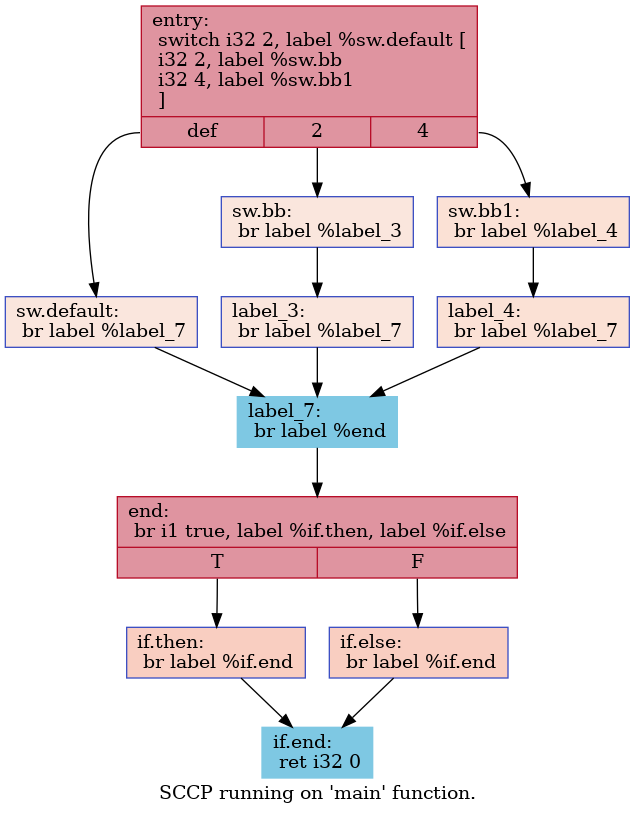
HPSSA-LLVM/HPSSA-LLVM keeps this Graphviz diagram as IR/cfg/SCCP_BASELINE.dot.png. Above is the earlier version. Its source is kept beside it as IR/cfg/SCCP_BASELINE.dot.
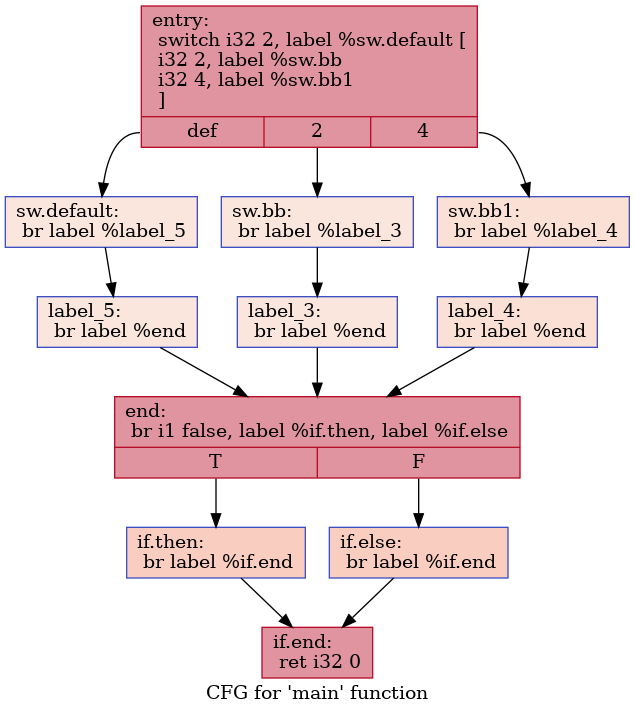
After the commit.

Diff of the diagram source:
```diff
@@ -1,28 +1,28 @@
 digraph "CFG for 'main' function" {
-	label="SCCP running on 'main' function.";
+	label="CFG for 'main' function";
 
-	Node0x558a4c31d6e0 [shape=record,color="#b70d28ff", style=filled, fillcolor="#b70d2870",label="{entry:\l  switch i32 2, label %sw.default [\l    i32 2, label %sw.bb\l    i32 4, label %sw.bb1\l  ]\l|{<s0>def|<s1>2|<s2>4}}"];
-	Node0x558a4c31d6e0:s0 -> Node0x558a4c31d810;
-	Node0x558a4c31d6e0:s1 -> Node0x558a4c31d890;
-	Node0x558a4c31d6e0:s2 -> Node0x558a4c31d930;
-	Node0x558a4c31d890 [shape=record,color="#3d50c3ff", style=filled, fillcolor="#f3c7b170",label="{sw.bb:                                            \l  br label %label_3\l}"];
-	Node0x558a4c31d890 -> Node0x558a4c31dac0;
-	Node0x558a4c31d930 [shape=record,color="#3d50c3ff", style=filled, fillcolor="#f7bca170",label="{sw.bb1:                                           \l  br label %label_4\l}"];
-	Node0x558a4c31d930 -> Node0x558a4c31dba0;
-	Node0x558a4c31d810 [shape=record,color="#3d50c3ff", style=filled, fillcolor="#f3c7b170",label="{sw.default:                                       \l  br label %label_7\l}"];
-	Node0x558a4c31d810 -> Node0x558a4c31dc80;
-	Node0x558a4c31dac0 [shape=record,color="#3d50c3ff", style=filled, fillcolor="#f3c7b170",label="{label_3:                                          \l  br label %label_7\l}"];
-	Node0x558a4c31dac0 -> Node0x558a4c31dc80;
-	Node0x558a4c31dba0 [shape=record,color="#3d50c3ff", style=filled, fillcolor="#f7bca170",label="{label_4:                                          \l  br label %label_7\l}"];
-	Node0x558a4c31dba0 -> Node0x558a4c31dc80;
-	Node0x558a4c31dc80 [shape=record,color="#7EC8E3", style=filled, fillcolor="#7EC8E3",label="{label_7:                                          \l  br label %end\l}"];
-	Node0x558a4c31dc80 -> Node0x558a4c31de40;
-	Node0x558a4c31de40 [shape=record,color="#b70d28ff", style=filled, fillcolor="#b70d2870",label="{end:                                              \l  br i1 true, label %if.then, label %if.else\l|{<s0>T|<s1>F}}"];
-	Node0x558a4c31de40:s0 -> Node0x558a4c31df50;
-	Node0x558a4c31de40:s1 -> Node0x558a4c31dfc0;
-	Node0x558a4c31df50 [shape=record,color="#3d50c3ff", style=filled, fillcolor="#f2907270",label="{if.then:                                          \l  br label %if.end\l}"];
-	Node0x558a4c31df50 -> Node0x558a4c31e0e0;
-	Node0x558a4c31dfc0 [shape=record,color="#3d50c3ff", style=filled, fillcolor="#f2907270",label="{if.else:                                          \l  br label %if.end\l}"];
-	Node0x558a4c31dfc0 -> Node0x558a4c31e0e0;
-	Node0x558a4c31e0e0 [shape=record,color="#7EC8E3", style=filled, fillcolor="#7EC8E3",label="{if.end:                                           \l  ret i32 0\l}"];
+	Node0x5590b6a9e6e0 [shape=record,color="#b70d28ff", style=filled, fillcolor="#b70d2870",label="{entry:\l  switch i32 2, label %sw.default [\l    i32 2, label %sw.bb\l    i32 4, label %sw.bb1\l  ]\l|{<s0>def|<s1>2|<s2>4}}"];
+	Node0x5590b6a9e6e0:s0 -> Node0x5590b6a9e810;
+	Node0x5590b6a9e6e0:s1 -> Node0x5590b6a9e890;
+	Node0x5590b6a9e6e0:s2 -> Node0x5590b6a9e930;
+	Node0x5590b6a9e890 [shape=record,color="#3d50c3ff", style=filled, fillcolor="#f3c7b170",label="{sw.bb:                                            \l  br label %label_3\l}"];
+	Node0x5590b6a9e890 -> Node0x5590b6a9eac0;
+	Node0x5590b6a9e930 [shape=record,color="#3d50c3ff", style=filled, fillcolor="#f7bca170",label="{sw.bb1:                                           \l  br label %label_4\l}"];
+	Node0x5590b6a9e930 -> Node0x5590b6a9eba0;
+	Node0x5590b6a9e810 [shape=record,color="#3d50c3ff", style=filled, fillcolor="#f3c7b170",label="{sw.default:                                       \l  br label %label_5\l}"];
+	Node0x5590b6a9e810 -> Node0x5590b6a9ec80;
+	Node0x5590b6a9eac0 [shape=record,color="#3d50c3ff", style=filled, fillcolor="#f3c7b170",label="{label_3:                                          \l  br label %end\l}"];
+	Node0x5590b6a9eac0 -> Node0x5590b6a9ed60;
+	Node0x5590b6a9eba0 [shape=record,color="#3d50c3ff", style=filled, fillcolor="#f7bca170",label="{label_4:                                          \l  br label %end\l}"];
+	Node0x5590b6a9eba0 -> Node0x5590b6a9ed60;
+	Node0x5590b6a9ec80 [shape=record,color="#3d50c3ff", style=filled, fillcolor="#f3c7b170",label="{label_5:                                          \l  br label %end\l}"];
+	Node0x5590b6a9ec80 -> Node0x5590b6a9ed60;
+	Node0x5590b6a9ed60 [shape=record,color="#b70d28ff", style=filled, fillcolor="#b70d2870",label="{end:                                              \l  br i1 false, label %if.then, label %if.else\l|{<s0>T|<s1>F}}"];
+	Node0x5590b6a9ed60:s0 -> Node0x5590b6a9ef50;
+	Node0x5590b6a9ed60:s1 -> Node0x5590b6a9efc0;
+	Node0x5590b6a9ef50 [shape=record,color="#3d50c3ff", style=filled, fillcolor="#f2907270",label="{if.then:                                          \l  br label %if.end\l}"];
+	Node0x5590b6a9ef50 -> Node0x5590b6a9f0e0;
+	Node0x5590b6a9efc0 [shape=record,color="#3d50c3ff", style=filled, fillcolor="#f2907270",label="{if.else:                                          \l  br label %if.end\l}"];
+	Node0x5590b6a9efc0 -> Node0x5590b6a9f0e0;
+	Node0x5590b6a9f0e0 [shape=record,color="#b70d28ff", style=filled, fillcolor="#b70d2870",label="{if.end:                                           \l  ret i32 0\l}"];
 }
```
